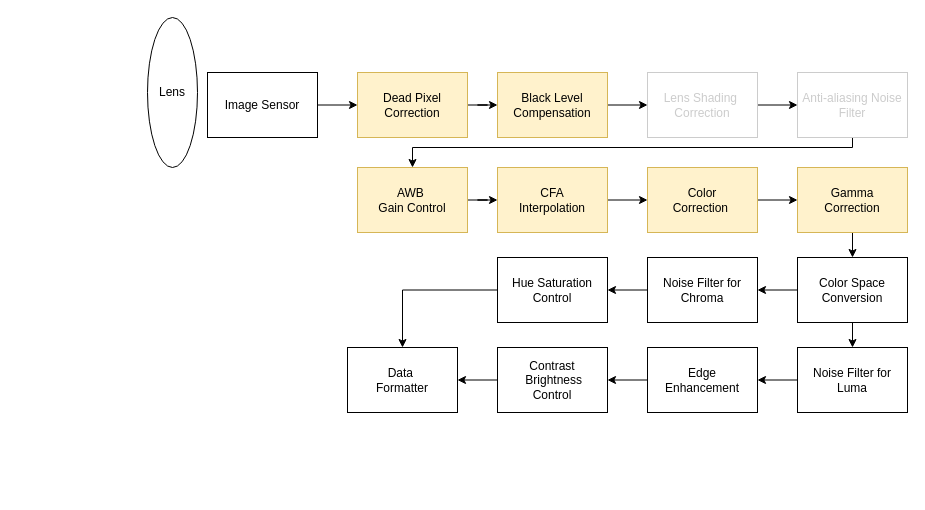
lesialin/ImageSignalProcessing_C keeps this draw.io diagram as image/deaft.drawio. Above is the earlier version. Source tidied: cells renumbered, new cells numbered last; positions are measured from the earlier drawing's top-left corner, leaving out a move shared by most shapes. Both pictures are drawn from the tidied source at 100%, with x=0, y=0 at pixel (147, 17).
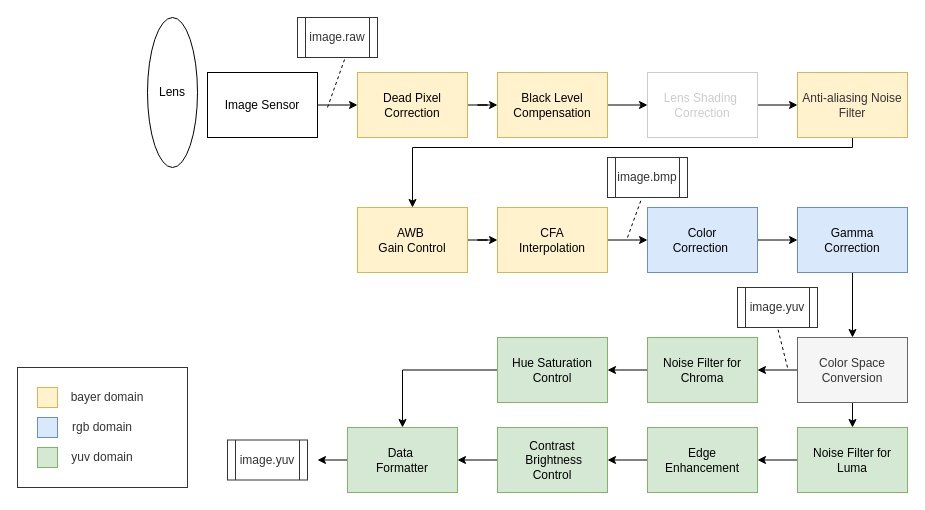
The same diagram, later.

The edit, as a diff of the source:
```diff
@@
-    <mxCell id="12" value="&lt;font color=&quot;#cccccc&quot;&gt;Anti-aliasing Noise Filter&lt;/font&gt;" style="rounded=0;whiteSpace=wrap;html=1;strokeColor=#CCCCCC;" parent="1" vertex="1">
+    <mxCell id="12" value="&lt;font color=&quot;#333333&quot;&gt;Anti-aliasing Noise Filter&lt;/font&gt;" style="rounded=0;whiteSpace=wrap;html=1;strokeColor=#d6b656;fillColor=#fff2cc;" parent="1" vertex="1">
       <mxGeometry x="650" y="55" width="110" height="65" as="geometry" />
     </mxCell>
@@
     <mxCell id="14" value="AWB&amp;nbsp;&lt;br&gt;Gain Control" style="rounded=0;whiteSpace=wrap;html=1;fillColor=#fff2cc;strokeColor=#d6b656;" parent="1" vertex="1">
-      <mxGeometry x="210" y="150" width="110" height="65" as="geometry" />
+      <mxGeometry x="210" y="190" width="110" height="65" as="geometry" />
     </mxCell>
@@
     <mxCell id="16" value="CFA &lt;br&gt;Interpolation" style="rounded=0;whiteSpace=wrap;html=1;fillColor=#fff2cc;strokeColor=#d6b656;" parent="1" vertex="1">
-      <mxGeometry x="350" y="150" width="110" height="65" as="geometry" />
+      <mxGeometry x="350" y="190" width="110" height="65" as="geometry" />
     </mxCell>
@@
-    <mxCell id="18" value="Gamma &lt;br&gt;Correction" style="rounded=0;whiteSpace=wrap;html=1;fillColor=#fff2cc;strokeColor=#d6b656;" parent="1" vertex="1">
-      <mxGeometry x="650" y="150" width="110" height="65" as="geometry" />
+    <mxCell id="18" value="Gamma &lt;br&gt;Correction" style="rounded=0;whiteSpace=wrap;html=1;fillColor=#dae8fc;strokeColor=#6c8ebf;" parent="1" vertex="1">
+      <mxGeometry x="650" y="190" width="110" height="65" as="geometry" />
     </mxCell>
@@
-    <mxCell id="20" value="Color &lt;br&gt;Correction&amp;nbsp;" style="rounded=0;whiteSpace=wrap;html=1;fillColor=#fff2cc;strokeColor=#d6b656;" parent="1" vertex="1">
-      <mxGeometry x="500" y="150" width="110" height="65" as="geometry" />
+    <mxCell id="20" value="Color &lt;br&gt;Correction&amp;nbsp;" style="rounded=0;whiteSpace=wrap;html=1;fillColor=#dae8fc;strokeColor=#6c8ebf;" parent="1" vertex="1">
+      <mxGeometry x="500" y="190" width="110" height="65" as="geometry" />
     </mxCell>
@@
-    <mxCell id="23" value="Color Space Conversion" style="rounded=0;whiteSpace=wrap;html=1;" parent="1" vertex="1">
-      <mxGeometry x="650" y="240" width="110" height="65" as="geometry" />
+    <mxCell id="23" value="Color Space Conversion" style="rounded=0;whiteSpace=wrap;html=1;fillColor=#f5f5f5;strokeColor=#666666;fontColor=#333333;" parent="1" vertex="1">
+      <mxGeometry x="650" y="320" width="110" height="65" as="geometry" />
     </mxCell>
@@
-    <mxCell id="26" value="Noise Filter for Chroma" style="rounded=0;whiteSpace=wrap;html=1;" parent="1" vertex="1">
-      <mxGeometry x="500" y="240" width="110" height="65" as="geometry" />
+    <mxCell id="26" value="Noise Filter for Chroma" style="rounded=0;whiteSpace=wrap;html=1;fillColor=#d5e8d4;strokeColor=#82b366;" parent="1" vertex="1">
+      <mxGeometry x="500" y="320" width="110" height="65" as="geometry" />
     </mxCell>
@@
-    <mxCell id="28" value="Hue Saturation Control" style="rounded=0;whiteSpace=wrap;html=1;" parent="1" vertex="1">
-      <mxGeometry x="350" y="240" width="110" height="65" as="geometry" />
+    <mxCell id="28" value="Hue Saturation Control" style="rounded=0;whiteSpace=wrap;html=1;fillColor=#d5e8d4;strokeColor=#82b366;" parent="1" vertex="1">
+      <mxGeometry x="350" y="320" width="110" height="65" as="geometry" />
     </mxCell>
@@
-    <mxCell id="30" value="Noise Filter for Luma" style="rounded=0;whiteSpace=wrap;html=1;" parent="1" vertex="1">
-      <mxGeometry x="650" y="330" width="110" height="65" as="geometry" />
+    <mxCell id="30" value="Noise Filter for Luma" style="rounded=0;whiteSpace=wrap;html=1;fillColor=#d5e8d4;strokeColor=#82b366;" parent="1" vertex="1">
+      <mxGeometry x="650" y="410" width="110" height="65" as="geometry" />
     </mxCell>
@@
-    <mxCell id="32" value="Edge &lt;br&gt;Enhancement" style="rounded=0;whiteSpace=wrap;html=1;" parent="1" vertex="1">
-      <mxGeometry x="500" y="330" width="110" height="65" as="geometry" />
+    <mxCell id="32" value="Edge &lt;br&gt;Enhancement" style="rounded=0;whiteSpace=wrap;html=1;fillColor=#d5e8d4;strokeColor=#82b366;" parent="1" vertex="1">
+      <mxGeometry x="500" y="410" width="110" height="65" as="geometry" />
     </mxCell>
@@
-    <mxCell id="34" value="Contrast&lt;br&gt;&amp;nbsp;Brightness&lt;br&gt;Control" style="rounded=0;whiteSpace=wrap;html=1;" parent="1" vertex="1">
-      <mxGeometry x="350" y="330" width="110" height="65" as="geometry" />
+    <mxCell id="34" value="Contrast&lt;br&gt;&amp;nbsp;Brightness&lt;br&gt;Control" style="rounded=0;whiteSpace=wrap;html=1;fillColor=#d5e8d4;strokeColor=#82b366;" parent="1" vertex="1">
+      <mxGeometry x="350" y="410" width="110" height="65" as="geometry" />
     </mxCell>
+    <mxCell id="36" style="edgeStyle=orthogonalEdgeStyle;rounded=0;jettySize=auto;html=1;fontColor=#333333;" parent="1" edge="1" source="35">
+      <mxGeometry relative="1" as="geometry">
+        <mxPoint x="170" y="442.5" as="targetPoint" />
+      </mxGeometry>
+    </mxCell>
-    <mxCell id="35" value="Data&amp;nbsp;&lt;br&gt;Formatter" style="rounded=0;whiteSpace=wrap;html=1;" parent="1" vertex="1">
-      <mxGeometry x="200" y="330" width="110" height="65" as="geometry" />
+    <mxCell id="35" value="Data&amp;nbsp;&lt;br&gt;Formatter" style="rounded=0;whiteSpace=wrap;html=1;fillColor=#d5e8d4;strokeColor=#82b366;" parent="1" vertex="1">
+      <mxGeometry x="200" y="410" width="110" height="65" as="geometry" />
     </mxCell>
+    <mxCell id="37" value="image.raw" style="shape=process;whiteSpace=wrap;html=1;backgroundOutline=1;fontColor=#333333;strokeColor=#333333;" parent="1" vertex="1">
+      <mxGeometry x="150" width="80" height="40" as="geometry" />
+    </mxCell>
+    <mxCell id="38" style="endArrow=none;dashed=1;html=1;rounded=0;fontColor=#333333;entryX=0.6;entryY=0.983;entryDx=0;entryDy=0;entryPerimeter=0;" parent="1" edge="1" target="37">
+      <mxGeometry relative="1" as="geometry">
+        <mxPoint x="180" y="90" as="sourcePoint" />
+      </mxGeometry>
+    </mxCell>
+    <mxCell id="39" value="image.bmp" style="shape=process;whiteSpace=wrap;html=1;backgroundOutline=1;fontColor=#333333;strokeColor=#333333;" parent="1" vertex="1">
+      <mxGeometry x="460" y="140" width="80" height="40" as="geometry" />
+    </mxCell>
+    <mxCell id="40" style="endArrow=none;dashed=1;html=1;rounded=0;fontColor=#333333;entryX=0.425;entryY=1.033;entryDx=0;entryDy=0;entryPerimeter=0;" parent="1" edge="1" target="39">
+      <mxGeometry relative="1" as="geometry">
+        <mxPoint x="480" y="220" as="sourcePoint" />
+      </mxGeometry>
+    </mxCell>
+    <mxCell id="41" value="image.yuv" style="shape=process;whiteSpace=wrap;html=1;backgroundOutline=1;fontColor=#333333;strokeColor=#333333;" parent="1" vertex="1">
+      <mxGeometry x="590" y="270" width="80" height="40" as="geometry" />
+    </mxCell>
+    <mxCell id="42" style="endArrow=none;dashed=1;html=1;rounded=0;fontColor=#333333;entryX=0.5;entryY=1;entryDx=0;entryDy=0;" parent="1" edge="1" target="41">
+      <mxGeometry relative="1" as="geometry">
+        <mxPoint x="640" y="350" as="sourcePoint" />
+      </mxGeometry>
+    </mxCell>
+    <mxCell id="43" value="image.yuv" style="shape=process;whiteSpace=wrap;html=1;backgroundOutline=1;fontColor=#333333;strokeColor=#333333;" parent="1" vertex="1">
+      <mxGeometry x="80" y="422.5" width="80" height="40" as="geometry" />
+    </mxCell>
+    <mxCell id="44" style="group;" parent="1" vertex="1">
+      <mxGeometry x="-130" y="350" width="170" height="120" as="geometry" />
+    </mxCell>
+    <mxCell id="45" style="rounded=0;whiteSpace=wrap;html=1;fontColor=#333333;strokeColor=#333333;" parent="44" vertex="1">
+      <mxGeometry width="170" height="120" as="geometry" />
+    </mxCell>
+    <mxCell id="46" style="rounded=0;whiteSpace=wrap;html=1;strokeColor=#d6b656;fillColor=#fff2cc;" parent="44" vertex="1">
+      <mxGeometry x="20" y="20" width="20" height="20" as="geometry" />
+    </mxCell>
+    <mxCell id="47" style="rounded=0;whiteSpace=wrap;html=1;strokeColor=#6c8ebf;fillColor=#dae8fc;" parent="44" vertex="1">
+      <mxGeometry x="20" y="50" width="20" height="20" as="geometry" />
+    </mxCell>
+    <mxCell id="48" style="rounded=0;whiteSpace=wrap;html=1;strokeColor=#82b366;fillColor=#d5e8d4;" parent="44" vertex="1">
+      <mxGeometry x="20" y="80" width="20" height="20" as="geometry" />
+    </mxCell>
+    <mxCell id="49" value="bayer domain" style="text;html=1;strokeColor=none;fillColor=none;align=center;verticalAlign=middle;whiteSpace=wrap;rounded=0;fontColor=#333333;" parent="44" vertex="1">
+      <mxGeometry x="40" y="15" width="100" height="30" as="geometry" />
+    </mxCell>
+    <mxCell id="50" value="rgb domain" style="text;html=1;strokeColor=none;fillColor=none;align=center;verticalAlign=middle;whiteSpace=wrap;rounded=0;fontColor=#333333;" parent="44" vertex="1">
+      <mxGeometry x="35" y="45" width="100" height="30" as="geometry" />
+    </mxCell>
+    <mxCell id="51" value="yuv domain" style="text;html=1;strokeColor=none;fillColor=none;align=center;verticalAlign=middle;whiteSpace=wrap;rounded=0;fontColor=#333333;" parent="44" vertex="1">
+      <mxGeometry x="35" y="75" width="100" height="30" as="geometry" />
+    </mxCell>
```
